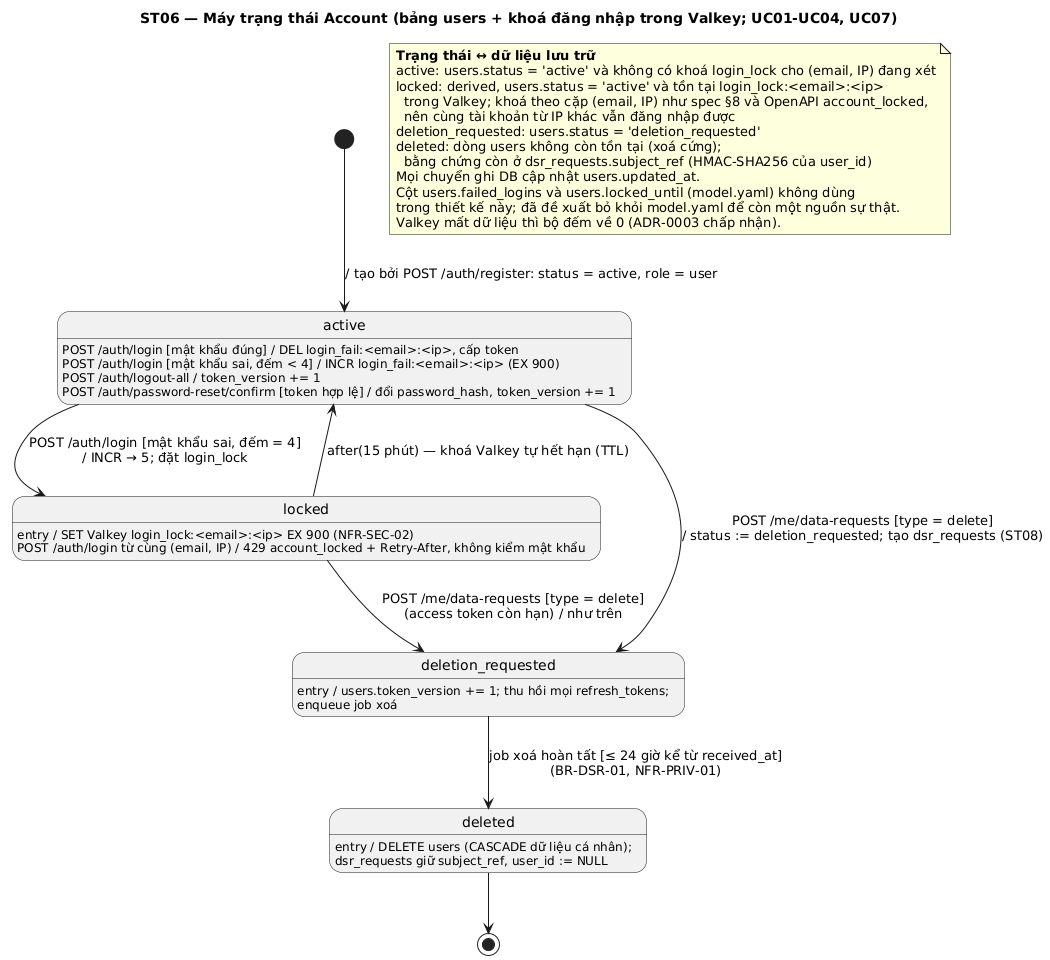
The PlantUML diagram docs/uml/out/state/ST06-account.png in NamBuw/Tastoria, before a commit. Its diagram source:
```plantuml
@startuml
title ST06 — Máy trạng thái Account (bảng users + khoá đăng nhập trong Valkey; UC01-UC04, UC07)
hide empty description

state "active" as active
state "locked" as locked : entry / SET Valkey login_lock:<email>:<ip> EX 900 (NFR-SEC-02)
state "deletion_requested" as deletion_requested : entry / users.token_version += 1; thu hồi mọi refresh_tokens;\nenqueue job xoá
state "deleted" as deleted : entry / DELETE users (CASCADE dữ liệu cá nhân);\ndsr_requests giữ subject_ref, user_id := NULL

active : POST /auth/login [mật khẩu đúng] / DEL login_fail:<email>:<ip>, cấp token
active : POST /auth/login [mật khẩu sai, đếm < 4] / INCR login_fail:<email>:<ip> (EX 900)
active : POST /auth/logout-all / token_version += 1
active : POST /auth/password-reset/confirm [token hợp lệ] / đổi password_hash, token_version += 1
locked : POST /auth/login từ cùng (email, IP) / 429 account_locked + Retry-After, không kiểm mật khẩu

[*] --> active : / tạo bởi POST /auth/register: status = active, role = user
active --> locked : POST /auth/login [mật khẩu sai, đếm = 4]\n/ INCR → 5; đặt login_lock
locked --> active : after(15 phút) — khoá Valkey tự hết hạn (TTL)
active --> deletion_requested : POST /me/data-requests [type = delete]\n/ status := deletion_requested; tạo dsr_requests (ST08)
locked --> deletion_requested : POST /me/data-requests [type = delete]\n(access token còn hạn) / như trên
deletion_requested --> deleted : job xoá hoàn tất [≤ 24 giờ kể từ received_at]\n(BR-DSR-01, NFR-PRIV-01)
deleted --> [*]

note as Nmap
  <b>Trạng thái ↔ dữ liệu lưu trữ</b>
  active: users.status = 'active' và không có khoá login_lock cho (email, IP) đang xét
  locked: derived, users.status = 'active' và tồn tại login_lock:<email>:<ip>
    trong Valkey; khoá theo cặp (email, IP) như spec §8 và OpenAPI account_locked,
    nên cùng tài khoản từ IP khác vẫn đăng nhập được
  deletion_requested: users.status = 'deletion_requested'
  deleted: dòng users không còn tồn tại (xoá cứng);
    bằng chứng còn ở dsr_requests.subject_ref (HMAC-SHA256 của user_id)
  Mọi chuyển ghi DB cập nhật users.updated_at.
  Cột users.failed_logins và users.locked_until (model.yaml) không dùng
  trong thiết kế này; đã đề xuất bỏ khỏi model.yaml để còn một nguồn sự thật.
  Valkey mất dữ liệu thì bộ đếm về 0 (ADR-0003 chấp nhận).
end note
@enduml
```
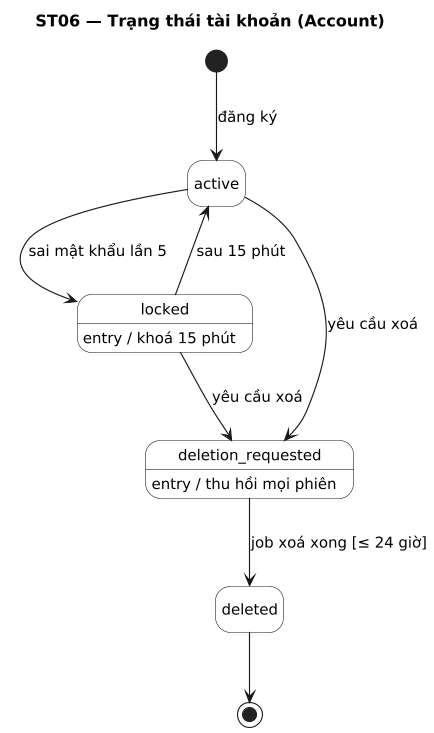
After the commit.

Change to the diagram source:
```diff
@@ -1,38 +1,23 @@
 @startuml
-title ST06 — Máy trạng thái Account (bảng users + khoá đăng nhập trong Valkey; UC01-UC04, UC07)
+title ST06 — Trạng thái tài khoản (Account)
+skinparam shadowing false
+skinparam defaultFontName DejaVu Sans
+skinparam defaultFontSize 13
+skinparam dpi 110
+
 hide empty description
+skinparam StateBackgroundColor White
 
 state "active" as active
-state "locked" as locked : entry / SET Valkey login_lock:<email>:<ip> EX 900 (NFR-SEC-02)
-state "deletion_requested" as deletion_requested : entry / users.token_version += 1; thu hồi mọi refresh_tokens;\nenqueue job xoá
-state "deleted" as deleted : entry / DELETE users (CASCADE dữ liệu cá nhân);\ndsr_requests giữ subject_ref, user_id := NULL
+state "locked" as locked : entry / khoá 15 phút
+state "deletion_requested" as deletion_requested : entry / thu hồi mọi phiên
+state "deleted" as deleted
 
-active : POST /auth/login [mật khẩu đúng] / DEL login_fail:<email>:<ip>, cấp token
-active : POST /auth/login [mật khẩu sai, đếm < 4] / INCR login_fail:<email>:<ip> (EX 900)
-active : POST /auth/logout-all / token_version += 1
-active : POST /auth/password-reset/confirm [token hợp lệ] / đổi password_hash, token_version += 1
-locked : POST /auth/login từ cùng (email, IP) / 429 account_locked + Retry-After, không kiểm mật khẩu
-
-[*] --> active : / tạo bởi POST /auth/register: status = active, role = user
-active --> locked : POST /auth/login [mật khẩu sai, đếm = 4]\n/ INCR → 5; đặt login_lock
-locked --> active : after(15 phút) — khoá Valkey tự hết hạn (TTL)
-active --> deletion_requested : POST /me/data-requests [type = delete]\n/ status := deletion_requested; tạo dsr_requests (ST08)
-locked --> deletion_requested : POST /me/data-requests [type = delete]\n(access token còn hạn) / như trên
-deletion_requested --> deleted : job xoá hoàn tất [≤ 24 giờ kể từ received_at]\n(BR-DSR-01, NFR-PRIV-01)
+[*] --> active : đăng ký
+active --> locked : sai mật khẩu lần 5
+locked --> active : sau 15 phút
+active --> deletion_requested : yêu cầu xoá
+locked --> deletion_requested : yêu cầu xoá
+deletion_requested --> deleted : job xoá xong [≤ 24 giờ]
 deleted --> [*]
-
-note as Nmap
-  <b>Trạng thái ↔ dữ liệu lưu trữ</b>
-  active: users.status = 'active' và không có khoá login_lock cho (email, IP) đang xét
-  locked: derived, users.status = 'active' và tồn tại login_lock:<email>:<ip>
-    trong Valkey; khoá theo cặp (email, IP) như spec §8 và OpenAPI account_locked,
-    nên cùng tài khoản từ IP khác vẫn đăng nhập được
-  deletion_requested: users.status = 'deletion_requested'
-  deleted: dòng users không còn tồn tại (xoá cứng);
-    bằng chứng còn ở dsr_requests.subject_ref (HMAC-SHA256 của user_id)
-  Mọi chuyển ghi DB cập nhật users.updated_at.
-  Cột users.failed_logins và users.locked_until (model.yaml) không dùng
-  trong thiết kế này; đã đề xuất bỏ khỏi model.yaml để còn một nguồn sự thật.
-  Valkey mất dữ liệu thì bộ đếm về 0 (ADR-0003 chấp nhận).
-end note
 @enduml
```
